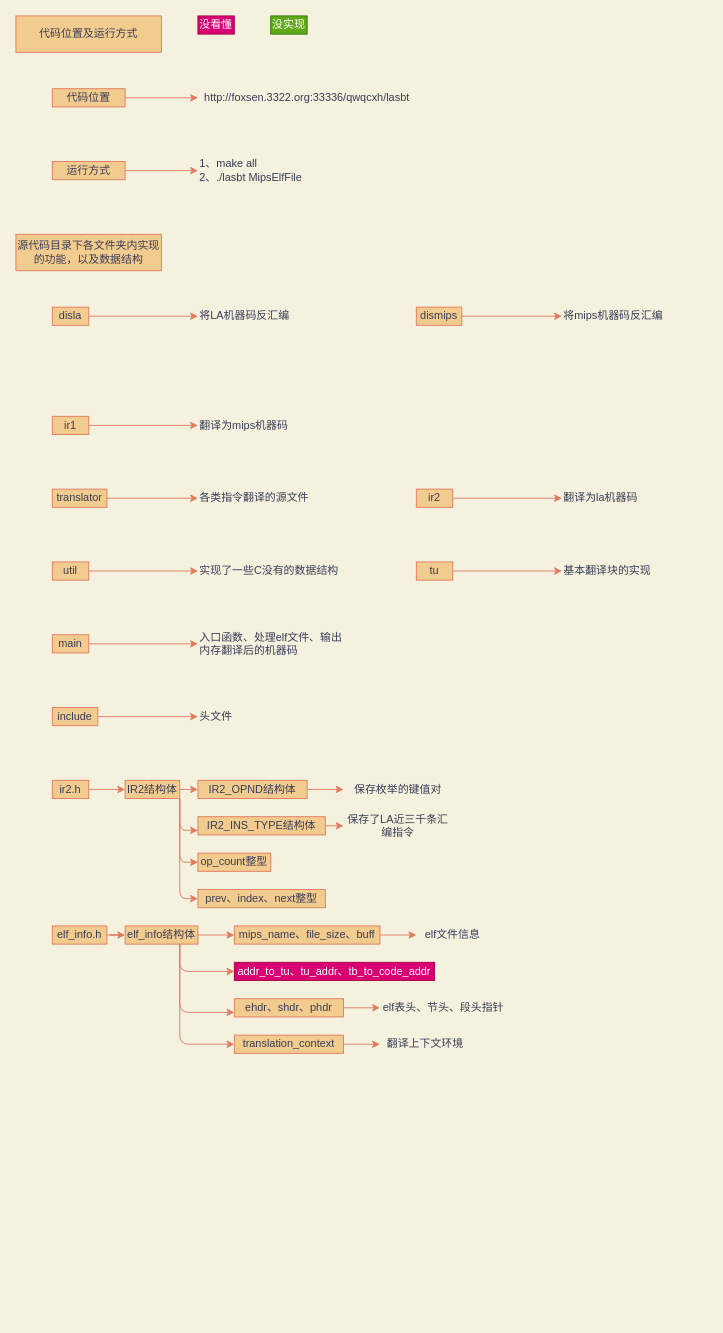
Earlier version of the draw.io diagram page "Page-1" (1 of 3) of lasbt/Lasbt.drawio (zintown/MindGraph). Source tidied: cells renumbered, new cells numbered last; positions are measured from the earlier drawing's top-left corner, leaving out a move shared by most shapes. Both pictures are drawn from the tidied source at 91%, with x=0, y=0 at pixel (15, 15).
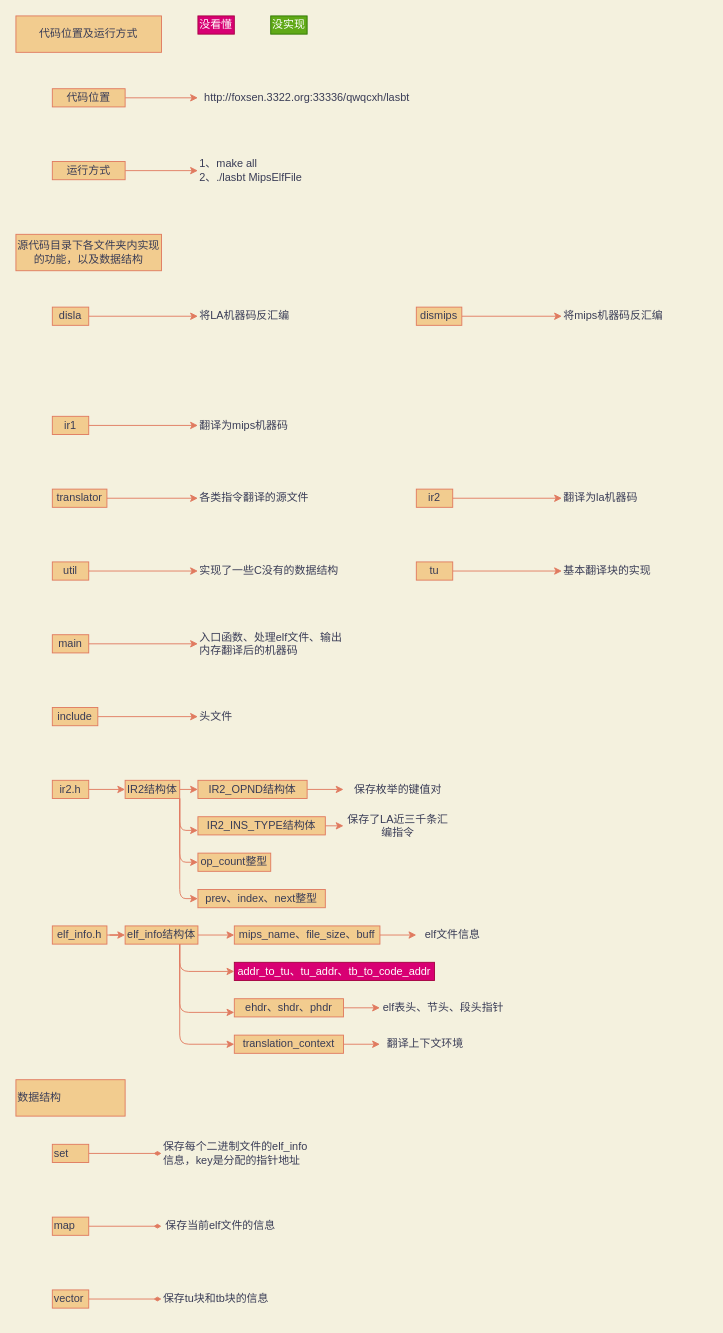
After the change.

Change to the diagram source:
```diff
@@
+    <mxCell id="72" value="数据结构" style="rounded=0;whiteSpace=wrap;html=1;strokeColor=#E07A5F;fillColor=#F2CC8F;fontColor=#393C56;align=left;" parent="1" vertex="1">
+      <mxGeometry y="1169" width="120" height="40" as="geometry" />
+    </mxCell>
+    <mxCell id="73" style="edgeStyle=none;jettySize=auto;html=1;labelBackgroundColor=#F4F1DE;endArrow=diamondThin;endFill=1;strokeColor=#E07A5F;fontColor=#393C56;" parent="1" edge="1" source="74" target="75">
+      <mxGeometry relative="1" as="geometry" />
+    </mxCell>
+    <mxCell id="74" value="set" style="rounded=0;whiteSpace=wrap;html=1;strokeColor=#E07A5F;fillColor=#F2CC8F;fontColor=#393C56;align=left;" parent="1" vertex="1">
+      <mxGeometry x="40" y="1240" width="40" height="20" as="geometry" />
+    </mxCell>
+    <mxCell id="75" value="保存每个二进制文件的elf_info信息，key是分配的指针地址" style="text;html=1;strokeColor=none;fillColor=none;align=left;verticalAlign=middle;whiteSpace=wrap;rounded=0;fontColor=#393C56;" parent="1" vertex="1">
+      <mxGeometry x="160" y="1230" width="170" height="40" as="geometry" />
+    </mxCell>
+    <mxCell id="76" style="edgeStyle=none;jettySize=auto;html=1;labelBackgroundColor=#F4F1DE;endArrow=diamondThin;endFill=1;strokeColor=#E07A5F;fontColor=#393C56;" parent="1" edge="1" source="77" target="78">
+      <mxGeometry relative="1" as="geometry" />
+    </mxCell>
+    <mxCell id="77" value="map" style="rounded=0;whiteSpace=wrap;html=1;strokeColor=#E07A5F;fillColor=#F2CC8F;fontColor=#393C56;align=left;" parent="1" vertex="1">
+      <mxGeometry x="40" y="1320" width="40" height="20" as="geometry" />
+    </mxCell>
+    <mxCell id="78" value="保存当前elf文件的信息" style="text;html=1;strokeColor=none;fillColor=none;align=center;verticalAlign=middle;whiteSpace=wrap;rounded=0;fontColor=#393C56;" parent="1" vertex="1">
+      <mxGeometry x="160" y="1310" width="130" height="40" as="geometry" />
+    </mxCell>
+    <mxCell id="79" style="edgeStyle=none;jettySize=auto;html=1;labelBackgroundColor=#F4F1DE;endArrow=diamondThin;endFill=1;strokeColor=#E07A5F;fontColor=#393C56;" parent="1" edge="1" source="80" target="81">
+      <mxGeometry relative="1" as="geometry" />
+    </mxCell>
+    <mxCell id="80" value="vector" style="rounded=0;whiteSpace=wrap;html=1;strokeColor=#E07A5F;fillColor=#F2CC8F;fontColor=#393C56;align=left;" parent="1" vertex="1">
+      <mxGeometry x="40" y="1400" width="40" height="20" as="geometry" />
+    </mxCell>
+    <mxCell id="81" value="保存tu块和tb块的信息" style="text;html=1;strokeColor=none;fillColor=none;align=center;verticalAlign=middle;whiteSpace=wrap;rounded=0;fontColor=#393C56;" parent="1" vertex="1">
+      <mxGeometry x="160" y="1390" width="120" height="40" as="geometry" />
+    </mxCell>
```
